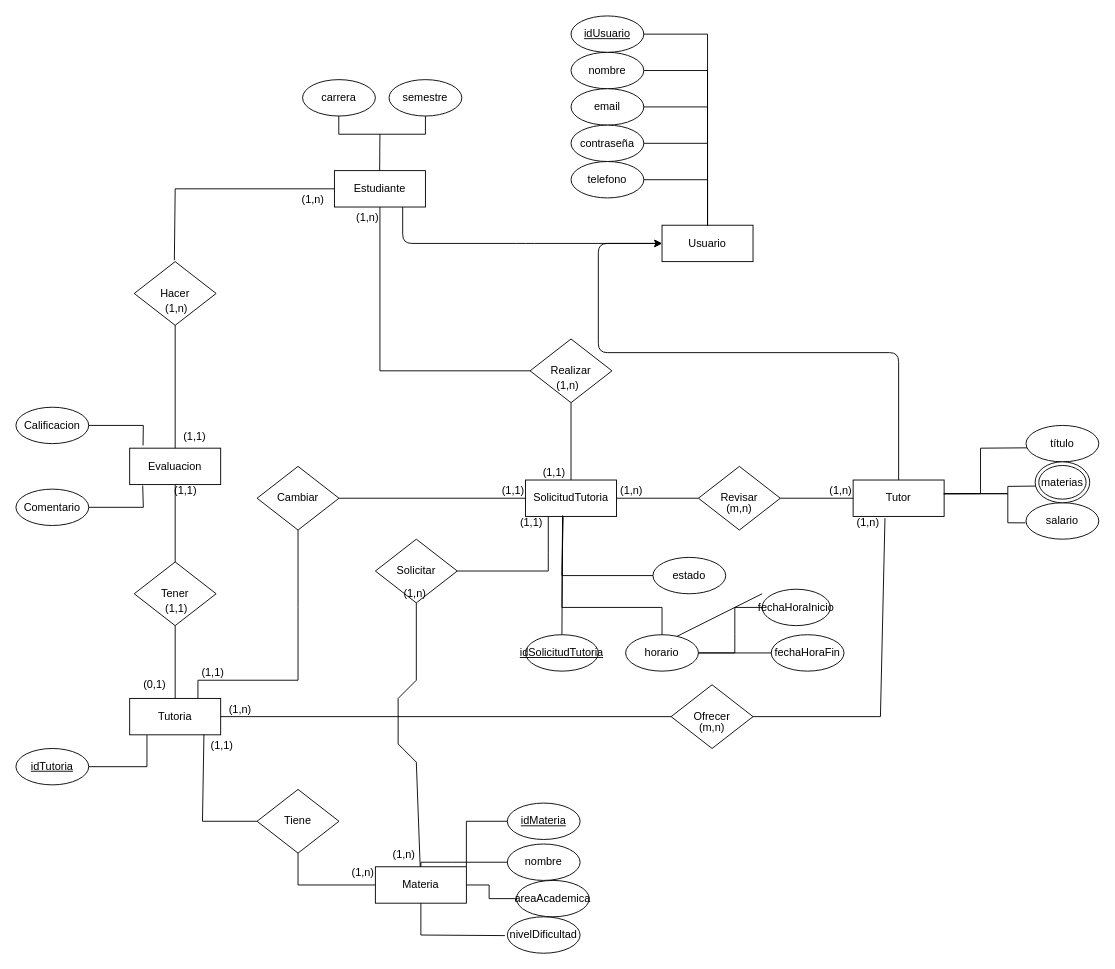
Before: Diagramas/mer.drawio in migueCOLORADO/TutoriasAcademicasBD, a draw.io diagram. Source tidied: cells renumbered, new cells numbered last; positions are measured from the earlier drawing's top-left corner, leaving out a move shared by most shapes. Both pictures are drawn from the tidied source at 91%, with x=0, y=0 at pixel (15, 15).
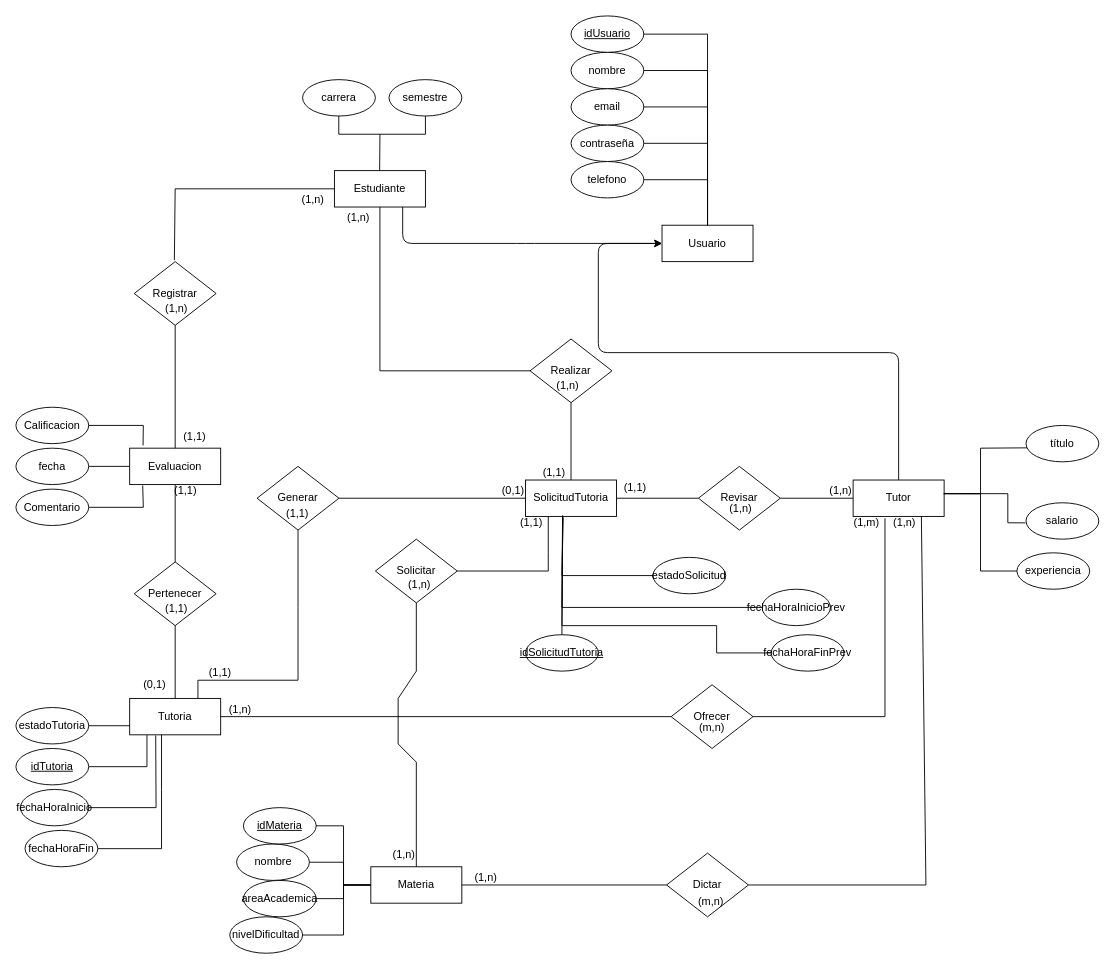
After the change.

Commit message (it also covers changes not shown here):
V3.4 | Mod diagrama

The change refers to these unchanged cells:
```xml
<mxCell id="13" value="Ofrecer" style="shape=rhombus;perimeter=rhombusPerimeter;whiteSpace=wrap;html=1;align=center;" parent="1" vertex="1">
  <mxGeometry x="720" y="735" width="90" height="70" as="geometry" />
</mxCell>
<mxCell id="16" value="Tutor" style="whiteSpace=wrap;html=1;align=center;" parent="1" vertex="1">
  <mxGeometry x="920" y="510" width="100" height="40" as="geometry" />
</mxCell>
<mxCell id="25" value="Tutoria" style="whiteSpace=wrap;html=1;align=center;" parent="1" vertex="1">
  <mxGeometry x="125" y="750" width="100" height="40" as="geometry" />
</mxCell>
<mxCell id="27" value="SolicitudTutoria" style="whiteSpace=wrap;html=1;align=center;" parent="1" vertex="1">
  <mxGeometry x="560" y="510" width="100" height="40" as="geometry" />
</mxCell>
<mxCell id="30" value="Revisar" style="shape=rhombus;perimeter=rhombusPerimeter;whiteSpace=wrap;html=1;align=center;" parent="1" vertex="1">
  <mxGeometry x="750" y="495" width="90" height="70" as="geometry" />
</mxCell>
<mxCell id="36" value="Evaluacion" style="whiteSpace=wrap;html=1;align=center;" parent="1" vertex="1">
  <mxGeometry x="125" y="475" width="100" height="40" as="geometry" />
</mxCell>
<mxCell id="89" value="Solicitar" style="shape=rhombus;perimeter=rhombusPerimeter;whiteSpace=wrap;html=1;align=center;" parent="1" vertex="1">
  <mxGeometry x="395" y="575" width="90" height="70" as="geometry" />
</mxCell>
```

What changed in the source:
```diff
@@
     <mxCell id="14" style="endArrow=none;html=1;rounded=0;exitX=0.35;exitY=1.048;exitDx=0;exitDy=0;entryX=1;entryY=0.5;entryDx=0;entryDy=0;exitPerimeter=0;" parent="1" edge="1" source="16" target="13">
       <mxGeometry relative="1" as="geometry">
         <Array as="points">
-          <mxPoint x="950" y="770" />
+          <mxPoint x="955" y="770" />
         </Array>
       </mxGeometry>
     </mxCell>
@@
-    <mxCell id="31" style="endArrow=none;html=1;rounded=0;entryX=1;entryY=0.5;entryDx=0;entryDy=0;exitX=0;exitY=0.5;exitDx=0;exitDy=0;" parent="1" edge="1" source="30" target="27">
-      <mxGeometry relative="1" as="geometry" />
-    </mxCell>
-    <mxCell id="32" value="estado" style="ellipse;whiteSpace=wrap;html=1;align=center;" parent="1" vertex="1">
+    <mxCell id="32" value="estadoSolicitud" style="ellipse;whiteSpace=wrap;html=1;align=center;" parent="1" vertex="1">
       <mxGeometry x="700" y="595" width="80" height="40" as="geometry" />
     </mxCell>
-    <mxCell id="33" value="Tener" style="shape=rhombus;perimeter=rhombusPerimeter;whiteSpace=wrap;html=1;align=center;" parent="1" vertex="1">
+    <mxCell id="33" value="Pertenecer" style="shape=rhombus;perimeter=rhombusPerimeter;whiteSpace=wrap;html=1;align=center;" parent="1" vertex="1">
       <mxGeometry x="130" y="600" width="90" height="70" as="geometry" />
     </mxCell>
@@
-    <mxCell id="41" value="Hacer" style="shape=rhombus;perimeter=rhombusPerimeter;whiteSpace=wrap;html=1;align=center;" parent="1" vertex="1">
+    <mxCell id="41" value="Registrar" style="shape=rhombus;perimeter=rhombusPerimeter;whiteSpace=wrap;html=1;align=center;" parent="1" vertex="1">
       <mxGeometry x="130" y="270" width="90" height="70" as="geometry" />
     </mxCell>
@@
     <mxCell id="44" value="Materia" style="whiteSpace=wrap;html=1;align=center;" parent="1" vertex="1">
-      <mxGeometry x="395" y="935" width="100" height="40" as="geometry" />
+      <mxGeometry x="390" y="935" width="100" height="40" as="geometry" />
     </mxCell>
-    <mxCell id="45" value="nivelDificultad" style="ellipse;whiteSpace=wrap;html=1;align=center;" parent="1" vertex="1">
-      <mxGeometry x="540" y="990" width="80" height="40" as="geometry" />
-    </mxCell>
-    <mxCell id="46" value="areaAcademica" style="ellipse;whiteSpace=wrap;html=1;align=center;" parent="1" vertex="1">
-      <mxGeometry x="550" y="950" width="80" height="40" as="geometry" />
-    </mxCell>
-    <mxCell id="47" value="nombre" style="ellipse;whiteSpace=wrap;html=1;align=center;" parent="1" vertex="1">
-      <mxGeometry x="540" y="910" width="80" height="40" as="geometry" />
-    </mxCell>
-    <mxCell id="48" value="Tiene" style="shape=rhombus;perimeter=rhombusPerimeter;whiteSpace=wrap;html=1;align=center;" parent="1" vertex="1">
-      <mxGeometry x="265" y="850" width="90" height="70" as="geometry" />
-    </mxCell>
-    <mxCell id="49" style="endArrow=none;html=1;rounded=0;exitX=0;exitY=0.5;exitDx=0;exitDy=0;entryX=0.816;entryY=0.989;entryDx=0;entryDy=0;entryPerimeter=0;" parent="1" edge="1" source="48" target="25">
-      <mxGeometry relative="1" as="geometry">
-        <Array as="points">
-          <mxPoint x="205" y="885" />
-        </Array>
-      </mxGeometry>
-    </mxCell>
-    <mxCell id="50" style="endArrow=none;html=1;rounded=0;exitX=0.5;exitY=1;exitDx=0;exitDy=0;entryX=0;entryY=0.5;entryDx=0;entryDy=0;" parent="1" edge="1" source="48" target="44">
-      <mxGeometry relative="1" as="geometry">
-        <Array as="points">
-          <mxPoint x="310" y="955" />
-        </Array>
-      </mxGeometry>
-    </mxCell>
-    <mxCell id="51" style="endArrow=none;html=1;rounded=0;entryX=0.5;entryY=1;entryDx=0;entryDy=0;exitX=0.5;exitY=0;exitDx=0;exitDy=0;" parent="1" edge="1">
-      <mxGeometry relative="1" as="geometry">
-        <mxPoint x="720" y="685" as="sourcePoint" />
-        <mxPoint x="820" y="635" as="targetPoint" />
-      </mxGeometry>
-    </mxCell>
-    <mxCell id="52" style="endArrow=none;html=1;rounded=0;exitX=1;exitY=0;exitDx=0;exitDy=0;entryX=0;entryY=0.5;entryDx=0;entryDy=0;" parent="1" edge="1" source="44" target="93">
-      <mxGeometry relative="1" as="geometry">
-        <Array as="points">
-          <mxPoint x="495" y="885" />
-        </Array>
-      </mxGeometry>
-    </mxCell>
-    <mxCell id="53" style="endArrow=none;html=1;rounded=0;entryX=0;entryY=0.5;entryDx=0;entryDy=0;" parent="1" edge="1" target="47">
-      <mxGeometry relative="1" as="geometry">
-        <mxPoint x="445" y="935" as="sourcePoint" />
-        <Array as="points">
-          <mxPoint x="445" y="930" />
-          <mxPoint x="480" y="930" />
-        </Array>
-      </mxGeometry>
-    </mxCell>
-    <mxCell id="54" style="endArrow=none;html=1;rounded=0;exitX=0.5;exitY=1;exitDx=0;exitDy=0;entryX=-0.033;entryY=0.516;entryDx=0;entryDy=0;entryPerimeter=0;" parent="1" edge="1" source="44" target="45">
-      <mxGeometry relative="1" as="geometry">
-        <Array as="points">
-          <mxPoint x="445" y="1010" />
-        </Array>
-      </mxGeometry>
-    </mxCell>
-    <mxCell id="55" style="endArrow=none;html=1;rounded=0;entryX=0;entryY=0.5;entryDx=0;entryDy=0;exitX=1;exitY=0.5;exitDx=0;exitDy=0;" parent="1" edge="1" source="44" target="46">
-      <mxGeometry relative="1" as="geometry">
-        <Array as="points">
-          <mxPoint x="520" y="955" />
-          <mxPoint x="520" y="970" />
-        </Array>
-      </mxGeometry>
-    </mxCell>
     <mxCell id="56" value="(1,n)" style="html=1;whiteSpace=wrap;align=right;verticalAlign=bottom;" parent="1" vertex="1">
-      <mxGeometry x="400" y="230" as="geometry" />
+      <mxGeometry x="390" y="230" as="geometry" />
     </mxCell>
@@
-    <mxCell id="60" value="(1,n)" style="html=1;whiteSpace=wrap;align=right;verticalAlign=bottom;" parent="1" vertex="1">
-      <mxGeometry x="690" y="530" as="geometry" />
+    <mxCell id="60" value="(1,1)" style="html=1;whiteSpace=wrap;align=right;verticalAlign=bottom;" parent="1" vertex="1">
+      <mxGeometry x="700" y="530" as="geometry">
+        <mxPoint x="-6" y="-3" as="offset" />
+      </mxGeometry>
     </mxCell>
@@
-    <mxCell id="62" value="(1,n)" style="html=1;whiteSpace=wrap;align=right;verticalAlign=bottom;" parent="1" vertex="1">
+    <mxCell id="62" value="(1,m)" style="html=1;whiteSpace=wrap;align=right;verticalAlign=bottom;" parent="1" vertex="1">
       <mxGeometry x="950" y="565" as="geometry" />
     </mxCell>
@@
-    <mxCell id="65" value="(m,n)" style="html=1;whiteSpace=wrap;align=right;verticalAlign=bottom;" parent="1" vertex="1">
+    <mxCell id="65" value="(1,n)" style="html=1;whiteSpace=wrap;align=right;verticalAlign=bottom;" parent="1" vertex="1">
       <mxGeometry x="810" y="550" as="geometry" />
     </mxCell>
@@
-    <mxCell id="73" value="(1,1)" style="html=1;whiteSpace=wrap;align=right;verticalAlign=bottom;" parent="1" vertex="1">
-      <mxGeometry x="240" y="810" as="geometry" />
-    </mxCell>
-    <mxCell id="74" value="(1,n)" style="html=1;whiteSpace=wrap;align=right;verticalAlign=bottom;" parent="1" vertex="1">
-      <mxGeometry x="395" y="950" as="geometry" />
-    </mxCell>
@@
-    <mxCell id="78" style="endArrow=none;html=1;rounded=0;exitX=0.014;exitY=0.592;exitDx=0;exitDy=0;exitPerimeter=0;" parent="1" edge="1" source="80">
-      <mxGeometry relative="1" as="geometry">
-        <mxPoint x="1020" y="525" as="targetPoint" />
-        <Array as="points">
-          <mxPoint x="1090" y="517" />
-          <mxPoint x="1090" y="525" />
-        </Array>
-      </mxGeometry>
-    </mxCell>
@@
-    <mxCell id="80" value="materias" style="ellipse;shape=doubleEllipse;whiteSpace=wrap;html=1;" parent="1" vertex="1">
-      <mxGeometry x="1120" y="490" width="60" height="45" as="geometry" />
-    </mxCell>
@@
     <mxCell id="90" style="endArrow=none;html=1;rounded=0;entryX=0.5;entryY=1;entryDx=0;entryDy=0;" parent="1" edge="1" source="44" target="89">
       <mxGeometry relative="1" as="geometry">
         <Array as="points">
           <mxPoint x="440" y="820" />
           <mxPoint x="420" y="800" />
           <mxPoint x="420" y="750" />
-          <mxPoint x="440" y="730" />
+          <mxPoint x="440" y="720" />
         </Array>
       </mxGeometry>
     </mxCell>
@@
-    <mxCell id="93" value="idMateria" style="ellipse;whiteSpace=wrap;html=1;align=center;fontStyle=4;" parent="1" vertex="1">
-      <mxGeometry x="540" y="865" width="80" height="40" as="geometry" />
-    </mxCell>
@@
     <mxCell id="95" value="(1,n)" style="html=1;whiteSpace=wrap;align=right;verticalAlign=bottom;" parent="1" vertex="1">
-      <mxGeometry x="445" y="770" as="geometry">
+      <mxGeometry x="450" y="760" as="geometry">
         <mxPoint x="7" y="-127" as="offset" />
       </mxGeometry>
     </mxCell>
-    <mxCell id="96" value="Cambiar" style="shape=rhombus;perimeter=rhombusPerimeter;whiteSpace=wrap;html=1;align=center;" parent="1" vertex="1">
+    <mxCell id="96" value="Generar" style="shape=rhombus;perimeter=rhombusPerimeter;whiteSpace=wrap;html=1;align=center;" parent="1" vertex="1">
       <mxGeometry x="265" y="495" width="90" height="70" as="geometry" />
     </mxCell>
@@
-    <mxCell id="99" value="(1,1)" style="html=1;whiteSpace=wrap;align=right;verticalAlign=bottom;" parent="1" vertex="1">
+    <mxCell id="99" value="(0,1)" style="html=1;whiteSpace=wrap;align=right;verticalAlign=bottom;" parent="1" vertex="1">
       <mxGeometry x="560" y="530" as="geometry" />
     </mxCell>
     <mxCell id="100" value="(1,1)" style="html=1;whiteSpace=wrap;align=right;verticalAlign=bottom;" parent="1" vertex="1">
-      <mxGeometry x="230" y="730" as="geometry" />
+      <mxGeometry x="230" y="720" as="geometry">
+        <mxPoint x="8" y="10" as="offset" />
+      </mxGeometry>
     </mxCell>
-    <mxCell id="101" value="fechaHoraInicio" style="ellipse;whiteSpace=wrap;html=1;align=center;" parent="1" vertex="1">
+    <mxCell id="101" value="fechaHoraInicioPrev" style="ellipse;whiteSpace=wrap;html=1;align=center;" parent="1" vertex="1">
       <mxGeometry x="820" y="630" width="75" height="40" as="geometry" />
     </mxCell>
-    <mxCell id="102" value="horario" style="ellipse;whiteSpace=wrap;html=1;align=center;" parent="1" vertex="1">
-      <mxGeometry x="670" y="680" width="80" height="40" as="geometry" />
-    </mxCell>
-    <mxCell id="103" value="fechaHoraFin" style="ellipse;whiteSpace=wrap;html=1;align=center;" parent="1" vertex="1">
+    <mxCell id="103" value="fechaHoraFinPrev" style="ellipse;whiteSpace=wrap;html=1;align=center;" parent="1" vertex="1">
       <mxGeometry x="830" y="680" width="80" height="40" as="geometry" />
     </mxCell>
-    <mxCell id="104" style="endArrow=none;html=1;rounded=0;exitX=1;exitY=0.5;exitDx=0;exitDy=0;entryX=0;entryY=0.5;entryDx=0;entryDy=0;" parent="1" edge="1" source="102" target="101">
-      <mxGeometry relative="1" as="geometry">
-        <Array as="points">
-          <mxPoint x="790" y="700" />
-          <mxPoint x="790" y="680" />
-          <mxPoint x="790" y="650" />
-        </Array>
-      </mxGeometry>
-    </mxCell>
-    <mxCell id="105" style="endArrow=none;html=1;rounded=0;exitX=1;exitY=0.5;exitDx=0;exitDy=0;entryX=0;entryY=0.5;entryDx=0;entryDy=0;" parent="1" edge="1" source="102" target="103">
-      <mxGeometry relative="1" as="geometry">
-        <Array as="points">
-          <mxPoint x="790" y="700" />
-        </Array>
-      </mxGeometry>
-    </mxCell>
-    <mxCell id="106" style="endArrow=none;html=1;rounded=0;exitX=0.408;exitY=0.97;exitDx=0;exitDy=0;entryX=0.5;entryY=0;entryDx=0;entryDy=0;exitPerimeter=0;" parent="1" edge="1" source="27" target="102">
+    <mxCell id="106" style="endArrow=none;html=1;rounded=0;exitX=0.408;exitY=0.97;exitDx=0;exitDy=0;exitPerimeter=0;entryX=0;entryY=0.5;entryDx=0;entryDy=0;" parent="1" edge="1" source="27" target="101">
       <mxGeometry relative="1" as="geometry">
         <Array as="points">
           <mxPoint x="600" y="650" />
           <mxPoint x="710" y="650" />
         </Array>
       </mxGeometry>
     </mxCell>
+    <mxCell id="45" value="nivelDificultad" style="ellipse;whiteSpace=wrap;html=1;align=center;" parent="1" vertex="1">
+      <mxGeometry x="235" y="990" width="80" height="40" as="geometry" />
+    </mxCell>
+    <mxCell id="46" value="areaAcademica" style="ellipse;whiteSpace=wrap;html=1;align=center;" parent="1" vertex="1">
+      <mxGeometry x="250" y="950" width="80" height="40" as="geometry" />
+    </mxCell>
+    <mxCell id="47" value="nombre" style="ellipse;whiteSpace=wrap;html=1;align=center;" parent="1" vertex="1">
+      <mxGeometry x="242.5" y="910" width="80" height="40" as="geometry" />
+    </mxCell>
+    <mxCell id="52" style="endArrow=none;html=1;rounded=0;exitX=0;exitY=0.5;exitDx=0;exitDy=0;entryX=0;entryY=0.5;entryDx=0;entryDy=0;" parent="1" edge="1" source="44" target="93">
+      <mxGeometry relative="1" as="geometry">
+        <Array as="points">
+          <mxPoint x="360" y="955" />
+          <mxPoint x="360" y="890" />
+        </Array>
+      </mxGeometry>
+    </mxCell>
+    <mxCell id="107" style="endArrow=none;html=1;rounded=0;exitX=0;exitY=0.5;exitDx=0;exitDy=0;entryX=1;entryY=0.5;entryDx=0;entryDy=0;" parent="1" edge="1" source="44" target="47">
+      <mxGeometry relative="1" as="geometry">
+        <Array as="points">
+          <mxPoint x="360" y="955" />
+          <mxPoint x="360" y="930" />
+        </Array>
+      </mxGeometry>
+    </mxCell>
+    <mxCell id="93" value="idMateria" style="ellipse;whiteSpace=wrap;html=1;align=center;fontStyle=4;" parent="1" vertex="1">
+      <mxGeometry x="250" y="870" width="80" height="40" as="geometry" />
+    </mxCell>
+    <mxCell id="55" style="endArrow=none;html=1;rounded=0;exitX=0;exitY=0.5;exitDx=0;exitDy=0;entryX=1;entryY=0.5;entryDx=0;entryDy=0;" parent="1" edge="1" source="44" target="46">
+      <mxGeometry relative="1" as="geometry">
+        <Array as="points">
+          <mxPoint x="360" y="955" />
+          <mxPoint x="360" y="970" />
+        </Array>
+      </mxGeometry>
+    </mxCell>
+    <mxCell id="108" style="endArrow=none;html=1;rounded=0;entryX=0;entryY=0.5;entryDx=0;entryDy=0;exitX=1;exitY=0.5;exitDx=0;exitDy=0;" parent="1" edge="1" source="45" target="44">
+      <mxGeometry relative="1" as="geometry">
+        <Array as="points">
+          <mxPoint x="360" y="1010" />
+          <mxPoint x="360" y="955" />
+        </Array>
+      </mxGeometry>
+    </mxCell>
+    <mxCell id="109" style="endArrow=none;html=1;rounded=0;entryX=1;entryY=0.5;entryDx=0;entryDy=0;exitX=0;exitY=0.5;exitDx=0;exitDy=0;" parent="1" edge="1" source="117" target="44">
+      <mxGeometry relative="1" as="geometry" />
+    </mxCell>
+    <mxCell id="110" value="(1,n)" style="html=1;whiteSpace=wrap;align=right;verticalAlign=bottom;" parent="1" vertex="1">
+      <mxGeometry x="530" y="955" as="geometry" />
+    </mxCell>
+    <mxCell id="111" value="estadoTutoria" style="ellipse;whiteSpace=wrap;html=1;align=center;" parent="1" vertex="1">
+      <mxGeometry y="760" width="80" height="40" as="geometry" />
+    </mxCell>
+    <mxCell id="112" value="fechaHoraInicio" style="ellipse;whiteSpace=wrap;html=1;align=center;" parent="1" vertex="1">
+      <mxGeometry x="5" y="850" width="75" height="40" as="geometry" />
+    </mxCell>
+    <mxCell id="113" value="fechaHoraFin" style="ellipse;whiteSpace=wrap;html=1;align=center;" parent="1" vertex="1">
+      <mxGeometry x="10" y="895" width="80" height="40" as="geometry" />
+    </mxCell>
+    <mxCell id="114" value="fecha" style="ellipse;whiteSpace=wrap;html=1;align=center;" parent="1" vertex="1">
+      <mxGeometry y="475" width="80" height="40" as="geometry" />
+    </mxCell>
+    <mxCell id="115" value="(1,n)" style="html=1;whiteSpace=wrap;align=right;verticalAlign=bottom;" parent="1" vertex="1">
+      <mxGeometry x="990" y="565" as="geometry" />
+    </mxCell>
+    <mxCell id="116" style="endArrow=none;html=1;rounded=0;exitX=0.75;exitY=1;exitDx=0;exitDy=0;entryX=1;entryY=0.5;entryDx=0;entryDy=0;" parent="1" edge="1" source="16" target="117">
+      <mxGeometry relative="1" as="geometry">
+        <Array as="points">
+          <mxPoint x="1000" y="955" />
+        </Array>
+      </mxGeometry>
+    </mxCell>
+    <mxCell id="117" value="Dictar" style="shape=rhombus;perimeter=rhombusPerimeter;whiteSpace=wrap;html=1;align=center;" parent="1" vertex="1">
+      <mxGeometry x="715" y="920" width="90" height="70" as="geometry" />
+    </mxCell>
+    <mxCell id="118" value="(m,n)" style="html=1;whiteSpace=wrap;align=right;verticalAlign=bottom;" parent="1" vertex="1">
+      <mxGeometry x="550" y="955" as="geometry">
+        <mxPoint x="229" y="26" as="offset" />
+      </mxGeometry>
+    </mxCell>
+    <mxCell id="119" style="endArrow=none;html=1;rounded=0;exitX=1;exitY=0.5;exitDx=0;exitDy=0;entryX=0.286;entryY=1.016;entryDx=0;entryDy=0;entryPerimeter=0;" parent="1" edge="1" source="112" target="25">
+      <mxGeometry relative="1" as="geometry">
+        <Array as="points">
+          <mxPoint x="154" y="870" />
+        </Array>
+      </mxGeometry>
+    </mxCell>
+    <mxCell id="120" style="endArrow=none;html=1;rounded=0;exitX=1;exitY=0.5;exitDx=0;exitDy=0;entryX=0.35;entryY=1;entryDx=0;entryDy=0;entryPerimeter=0;" parent="1" edge="1" target="25">
+      <mxGeometry relative="1" as="geometry">
+        <mxPoint x="90" y="915.1" as="sourcePoint" />
+        <Array as="points">
+          <mxPoint x="160" y="915.1" />
+          <mxPoint x="160" y="850.1" />
+        </Array>
+      </mxGeometry>
+    </mxCell>
+    <mxCell id="121" style="endArrow=none;html=1;rounded=0;exitX=1;exitY=0.5;exitDx=0;exitDy=0;entryX=0;entryY=0.75;entryDx=0;entryDy=0;" parent="1" edge="1" source="111" target="25">
+      <mxGeometry relative="1" as="geometry">
+        <Array as="points">
+          <mxPoint x="110" y="780" />
+        </Array>
+      </mxGeometry>
+    </mxCell>
+    <mxCell id="122" style="endArrow=none;html=1;rounded=0;entryX=0;entryY=0.5;entryDx=0;entryDy=0;exitX=0.409;exitY=1.045;exitDx=0;exitDy=0;exitPerimeter=0;" parent="1" edge="1" source="27" target="103">
+      <mxGeometry relative="1" as="geometry">
+        <Array as="points">
+          <mxPoint x="600" y="670" />
+          <mxPoint x="770" y="670" />
+          <mxPoint x="770" y="700" />
+        </Array>
+      </mxGeometry>
+    </mxCell>
+    <mxCell id="123" value="experiencia" style="ellipse;whiteSpace=wrap;html=1;align=center;" parent="1" vertex="1">
+      <mxGeometry x="1100" y="590" width="80" height="40" as="geometry" />
+    </mxCell>
+    <mxCell id="124" style="endArrow=none;html=1;rounded=0;exitX=0;exitY=0.5;exitDx=0;exitDy=0;entryX=1.001;entryY=0.369;entryDx=0;entryDy=0;entryPerimeter=0;" parent="1" edge="1" source="123" target="16">
+      <mxGeometry relative="1" as="geometry">
+        <Array as="points">
+          <mxPoint x="1060" y="610" />
+          <mxPoint x="1060" y="525" />
+        </Array>
+      </mxGeometry>
+    </mxCell>
+    <mxCell id="125" style="endArrow=none;html=1;rounded=0;entryX=1;entryY=0.5;entryDx=0;entryDy=0;exitX=0;exitY=0.5;exitDx=0;exitDy=0;" parent="1" edge="1" source="36" target="114">
+      <mxGeometry relative="1" as="geometry" />
+    </mxCell>
+    <mxCell id="31" style="endArrow=none;html=1;rounded=0;exitX=0;exitY=0.5;exitDx=0;exitDy=0;entryX=1;entryY=0.5;entryDx=0;entryDy=0;" parent="1" edge="1" source="30" target="27">
+      <mxGeometry relative="1" as="geometry" />
+    </mxCell>
+    <mxCell id="73" value="(1,1)" style="html=1;whiteSpace=wrap;align=right;verticalAlign=bottom;" parent="1" vertex="1">
+      <mxGeometry x="322.5" y="555" as="geometry" />
+    </mxCell>
```
